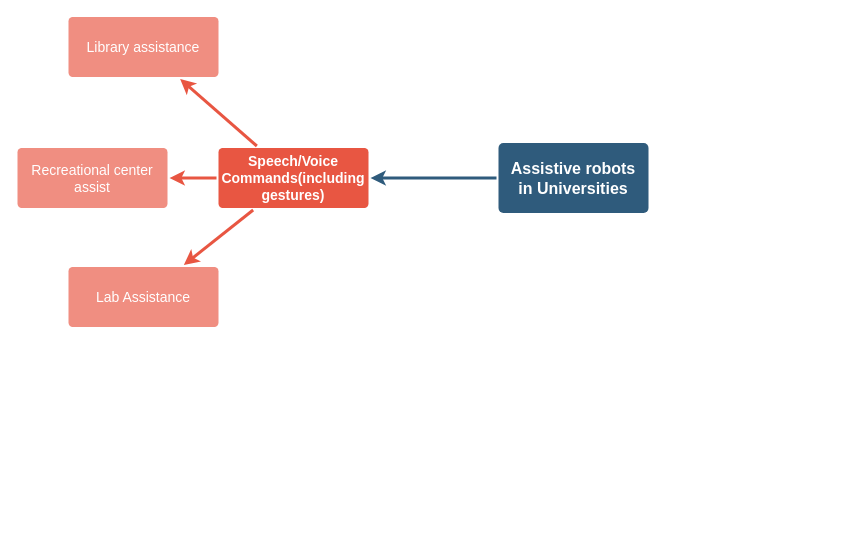
saahilsabnis/social-robotics keeps this draw.io diagram as DecisionTree.drawio.xml. Above is the earlier version. Source tidied: cells renumbered, new cells numbered last; positions are measured from the earlier drawing's top-left corner, leaving out a move shared by most shapes. Both pictures are drawn from the tidied source at 100%, with x=0, y=0 at pixel (17, 16).
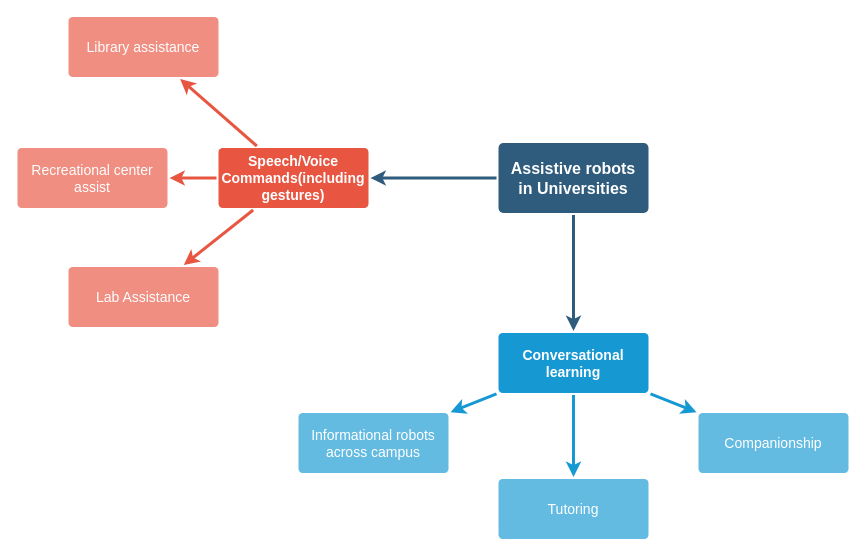
Above is the later version.

Commit message (it also covers changes not shown here):
Decision Tree Updated

What changed in the source:
```diff
@@
 <mxGraphModel>
   <root>
     <mxCell id="0" />
     <mxCell id="1" parent="0" />
+    <mxCell id="11" style="edgeStyle=none;rounded=0;jumpStyle=none;html=1;shadow=0;labelBackgroundColor=none;startArrow=none;startFill=0;endArrow=classic;endFill=1;jettySize=auto;strokeColor=#2F5B7C;strokeWidth=3;fontFamily=Helvetica;fontSize=16;fontColor=#23445D;spacing=5;" parent="1" edge="1" source="3" target="15">
+      <mxGeometry relative="1" as="geometry" />
+    </mxCell>
     <mxCell id="2" style="edgeStyle=none;rounded=0;jumpStyle=none;html=1;shadow=0;labelBackgroundColor=none;startArrow=none;startFill=0;endArrow=classic;endFill=1;jettySize=auto;strokeColor=#2F5B7C;strokeWidth=3;fontFamily=Helvetica;fontSize=16;fontColor=#23445D;spacing=5;" parent="1" edge="1" source="3" target="7">
       <mxGeometry relative="1" as="geometry" />
     </mxCell>
     <mxCell id="3" value="&lt;div&gt;&lt;b&gt;Assistive robots in Universities&lt;/b&gt;&lt;/div&gt;" style="rounded=1;whiteSpace=wrap;html=1;shadow=0;labelBackgroundColor=none;strokeColor=none;strokeWidth=3;fillColor=#2F5B7C;fontFamily=Helvetica;fontSize=16;fontColor=#FFFFFF;align=center;fontStyle=1;spacing=5;arcSize=7;perimeterSpacing=2;" parent="1" vertex="1">
       <mxGeometry x="481" y="126.5" width="150" height="70" as="geometry" />
     </mxCell>
     <mxCell id="4" style="edgeStyle=none;rounded=1;jumpStyle=none;html=1;shadow=0;labelBackgroundColor=none;startArrow=none;startFill=0;jettySize=auto;strokeColor=#E85642;strokeWidth=3;fontFamily=Helvetica;fontSize=14;fontColor=#FFFFFF;spacing=5;fontStyle=1;fillColor=#b0e3e6;" parent="1" edge="1" source="7" target="10">
       <mxGeometry relative="1" as="geometry" />
     </mxCell>
     <mxCell id="5" style="edgeStyle=none;rounded=1;jumpStyle=none;html=1;shadow=0;labelBackgroundColor=none;startArrow=none;startFill=0;jettySize=auto;strokeColor=#E85642;strokeWidth=3;fontFamily=Helvetica;fontSize=14;fontColor=#FFFFFF;spacing=5;fontStyle=1;fillColor=#b0e3e6;" parent="1" edge="1" source="7" target="9">
       <mxGeometry relative="1" as="geometry" />
     </mxCell>
     <mxCell id="6" style="edgeStyle=none;rounded=1;jumpStyle=none;html=1;shadow=0;labelBackgroundColor=none;startArrow=none;startFill=0;jettySize=auto;strokeColor=#E85642;strokeWidth=3;fontFamily=Helvetica;fontSize=14;fontColor=#FFFFFF;spacing=5;fontStyle=1;fillColor=#b0e3e6;" parent="1" edge="1" source="7" target="8">
       <mxGeometry relative="1" as="geometry" />
     </mxCell>
     <mxCell id="7" value="&lt;div&gt;Speech/Voice Commands(including gestures)&lt;/div&gt;" style="rounded=1;whiteSpace=wrap;html=1;shadow=0;labelBackgroundColor=none;strokeColor=none;strokeWidth=3;fillColor=#e85642;fontFamily=Helvetica;fontSize=14;fontColor=#FFFFFF;align=center;spacing=5;fontStyle=1;arcSize=7;perimeterSpacing=2;" parent="1" vertex="1">
       <mxGeometry x="201" y="131.5" width="150" height="60" as="geometry" />
     </mxCell>
     <mxCell id="8" value="&lt;div&gt;Lab Assistance&lt;/div&gt;" style="rounded=1;whiteSpace=wrap;html=1;shadow=0;labelBackgroundColor=none;strokeColor=none;strokeWidth=3;fillColor=#f08e81;fontFamily=Helvetica;fontSize=14;fontColor=#FFFFFF;align=center;spacing=5;fontStyle=0;arcSize=7;perimeterSpacing=2;" parent="1" vertex="1">
       <mxGeometry x="51" y="250.5" width="150" height="60" as="geometry" />
     </mxCell>
     <mxCell id="9" value="Recreational center assist" style="rounded=1;whiteSpace=wrap;html=1;shadow=0;labelBackgroundColor=none;strokeColor=none;strokeWidth=3;fillColor=#f08e81;fontFamily=Helvetica;fontSize=14;fontColor=#FFFFFF;align=center;spacing=5;fontStyle=0;arcSize=7;perimeterSpacing=2;" parent="1" vertex="1">
       <mxGeometry y="131.5" width="150" height="60" as="geometry" />
     </mxCell>
     <mxCell id="10" value="&lt;div&gt;Library assistance&lt;/div&gt;" style="rounded=1;whiteSpace=wrap;html=1;shadow=0;labelBackgroundColor=none;strokeColor=none;strokeWidth=3;fillColor=#f08e81;fontFamily=Helvetica;fontSize=14;fontColor=#FFFFFF;align=center;spacing=5;fontStyle=0;arcSize=7;perimeterSpacing=2;" parent="1" vertex="1">
       <mxGeometry x="51" y="0.5" width="150" height="60" as="geometry" />
     </mxCell>
+    <mxCell id="12" style="edgeStyle=none;rounded=0;jumpStyle=none;html=1;shadow=0;labelBackgroundColor=none;startArrow=none;startFill=0;endArrow=classic;endFill=1;jettySize=auto;strokeColor=#1699D3;strokeWidth=3;fontFamily=Helvetica;fontSize=14;fontColor=#FFFFFF;spacing=5;" parent="1" edge="1" source="15" target="18">
+      <mxGeometry relative="1" as="geometry" />
+    </mxCell>
+    <mxCell id="13" style="edgeStyle=none;rounded=0;jumpStyle=none;html=1;shadow=0;labelBackgroundColor=none;startArrow=none;startFill=0;endArrow=classic;endFill=1;jettySize=auto;strokeColor=#1699D3;strokeWidth=3;fontFamily=Helvetica;fontSize=14;fontColor=#FFFFFF;spacing=5;" parent="1" edge="1" source="15" target="17">
+      <mxGeometry relative="1" as="geometry" />
+    </mxCell>
+    <mxCell id="14" style="edgeStyle=none;rounded=0;jumpStyle=none;html=1;shadow=0;labelBackgroundColor=none;startArrow=none;startFill=0;endArrow=classic;endFill=1;jettySize=auto;strokeColor=#1699D3;strokeWidth=3;fontFamily=Helvetica;fontSize=14;fontColor=#FFFFFF;spacing=5;" parent="1" edge="1" source="15" target="16">
+      <mxGeometry relative="1" as="geometry" />
+    </mxCell>
+    <mxCell id="15" value="&lt;div&gt;Conversational learning&lt;/div&gt;" style="rounded=1;whiteSpace=wrap;html=1;shadow=0;labelBackgroundColor=none;strokeColor=none;strokeWidth=3;fillColor=#1699d3;fontFamily=Helvetica;fontSize=14;fontColor=#FFFFFF;align=center;spacing=5;fontStyle=1;arcSize=7;perimeterSpacing=2;" parent="1" vertex="1">
+      <mxGeometry x="481" y="316.5" width="150" height="60" as="geometry" />
+    </mxCell>
+    <mxCell id="16" value="&lt;table style=&quot;border-color: var(--border-color); width: 101.289px;&quot;&gt;&lt;tbody style=&quot;border-color: var(--border-color);&quot;&gt;&lt;tr style=&quot;border-color: var(--border-color);&quot;&gt;&lt;td style=&quot;border-color: var(--border-color); padding: 0px;&quot;&gt;&lt;div style=&quot;border-color: var(--border-color);&quot;&gt;Companionship&lt;/div&gt;&lt;/td&gt;&lt;/tr&gt;&lt;/tbody&gt;&lt;/table&gt;" style="rounded=1;whiteSpace=wrap;html=1;shadow=0;labelBackgroundColor=none;strokeColor=none;strokeWidth=3;fillColor=#64bbe2;fontFamily=Helvetica;fontSize=14;fontColor=#FFFFFF;align=center;spacing=5;arcSize=7;perimeterSpacing=2;" parent="1" vertex="1">
+      <mxGeometry x="681" y="396.5" width="150" height="60" as="geometry" />
+    </mxCell>
+    <mxCell id="17" value="Tutoring" style="rounded=1;whiteSpace=wrap;html=1;shadow=0;labelBackgroundColor=none;strokeColor=none;strokeWidth=3;fillColor=#64bbe2;fontFamily=Helvetica;fontSize=14;fontColor=#FFFFFF;align=center;spacing=5;arcSize=7;perimeterSpacing=2;" parent="1" vertex="1">
+      <mxGeometry x="481" y="462.5" width="150" height="60" as="geometry" />
+    </mxCell>
+    <mxCell id="18" value="Informational robots across campus" style="rounded=1;whiteSpace=wrap;html=1;shadow=0;labelBackgroundColor=none;strokeColor=none;strokeWidth=3;fillColor=#64bbe2;fontFamily=Helvetica;fontSize=14;fontColor=#FFFFFF;align=center;spacing=5;arcSize=7;perimeterSpacing=2;" parent="1" vertex="1">
+      <mxGeometry x="281" y="396.5" width="150" height="60" as="geometry" />
+    </mxCell>
   </root>
 </mxGraphModel>
```
